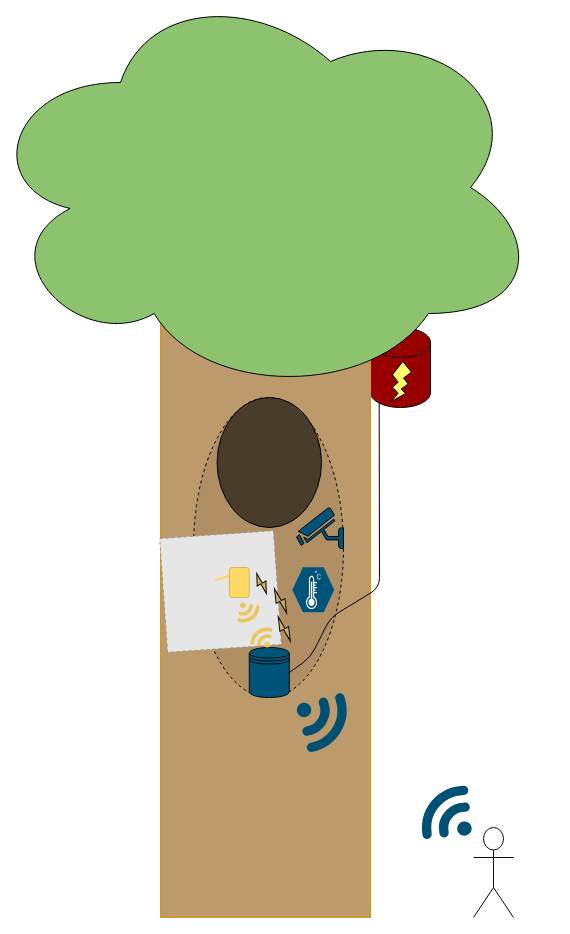
Earlier version of the draw.io diagram Utils/Drawio/Sketch_hito1.drawio (tlondero/Dise-o). Source tidied: cells renumbered, new cells numbered last; positions are measured from the earlier drawing's top-left corner, leaving out a move shared by most shapes. Both pictures are drawn from the tidied source at 100%, with x=0, y=0 at pixel (-20, -23). Pictures stored in the file or linked from it are replaced by grey dashed boxes.
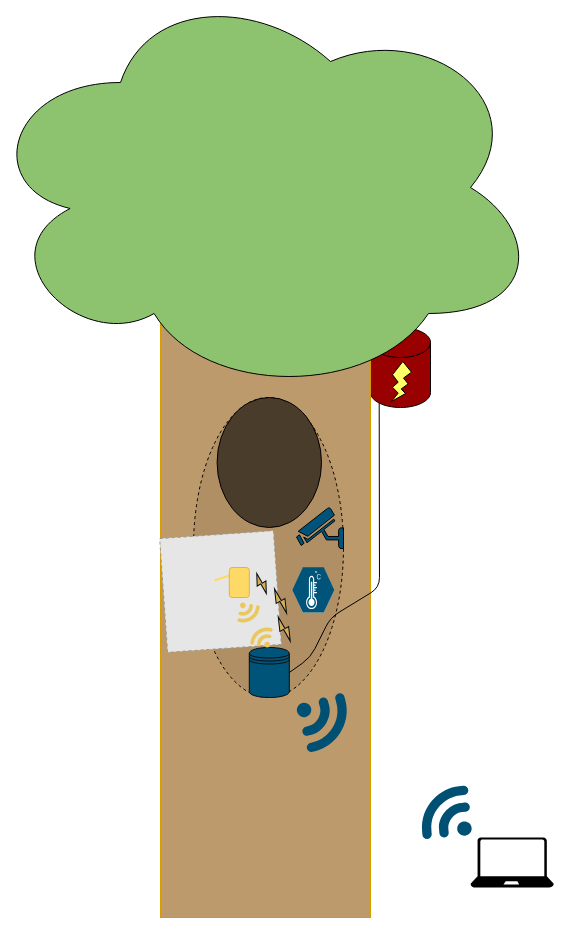
The same diagram, later.

What changed in the source:
```diff
@@
-    <mxCell id="12" style="shape=umlActor;verticalLabelPosition=bottom;verticalAlign=top;html=1;strokeColor=#0D0D0D;gradientColor=none;fillColor=none;" parent="1" vertex="1">
-      <mxGeometry x="493" y="850" width="40" height="90" as="geometry" />
-    </mxCell>
@@
+    <mxCell id="23" style="shadow=0;dashed=0;html=1;strokeColor=none;labelPosition=center;verticalLabelPosition=bottom;verticalAlign=top;align=center;shape=mxgraph.azure.laptop;fillColor=#000000;" parent="1" vertex="1">
+      <mxGeometry x="490" y="860" width="83.3" height="50" as="geometry" />
+    </mxCell>
```
